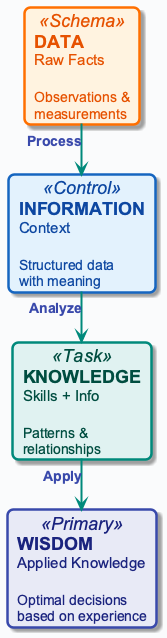
The PlantUML diagram diagrams/week01/week1_data_to_wisdom.png in OrPerets/data-engineering-course, before a commit.
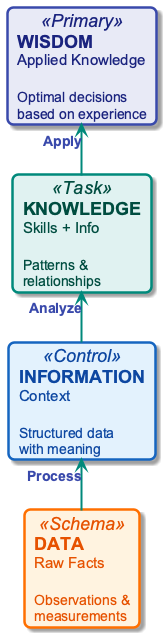
Later version of the same file.

Change to the diagram source:
```diff
@@ -10,8 +10,8 @@
 
 card "**DATA**\n<size:15>Raw Facts</size>\n\n<size:14>Observations &</size>\n<size:14>measurements</size>" as D <<Schema>>
 
-D -[#00897B,thickness=2]-> I : <color:#3949AB>**Process**</color>
-I -[#00897B,thickness=2]-> K : <color:#3949AB>**Analyze**</color>
-K -[#00897B,thickness=2]-> W : <color:#3949AB>**Apply**</color>
+D -up[#00897B,thickness=2]-> I : <color:#3949AB>**Process**</color>
+I -up[#00897B,thickness=2]-> K : <color:#3949AB>**Analyze**</color>
+K -up[#00897B,thickness=2]-> W : <color:#3949AB>**Apply**</color>
 
 @enduml
```
